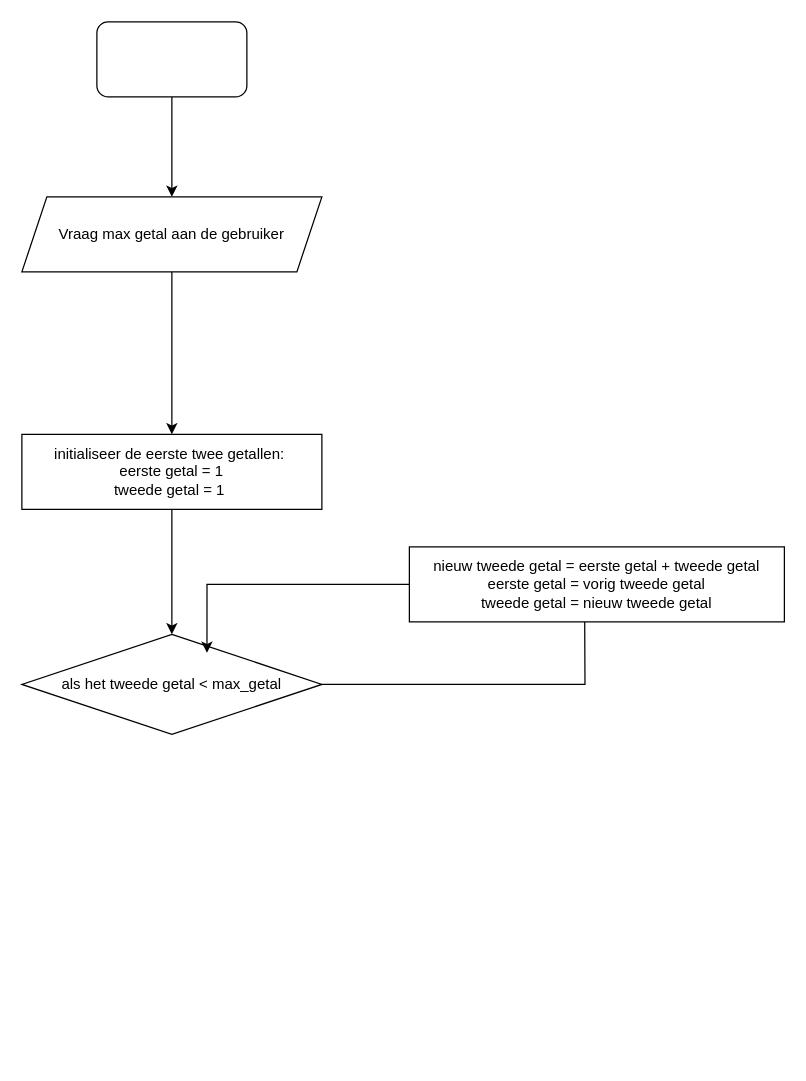
Before: Fibonacci.drawio in Gvandezande/DrawIO_tekeningen, a draw.io diagram. Source tidied: cells renumbered, new cells numbered last; positions are measured from the earlier drawing's top-left corner, leaving out a move shared by most shapes. Both pictures are drawn from the tidied source at 125%, with x=0, y=0 at pixel (21, 21).
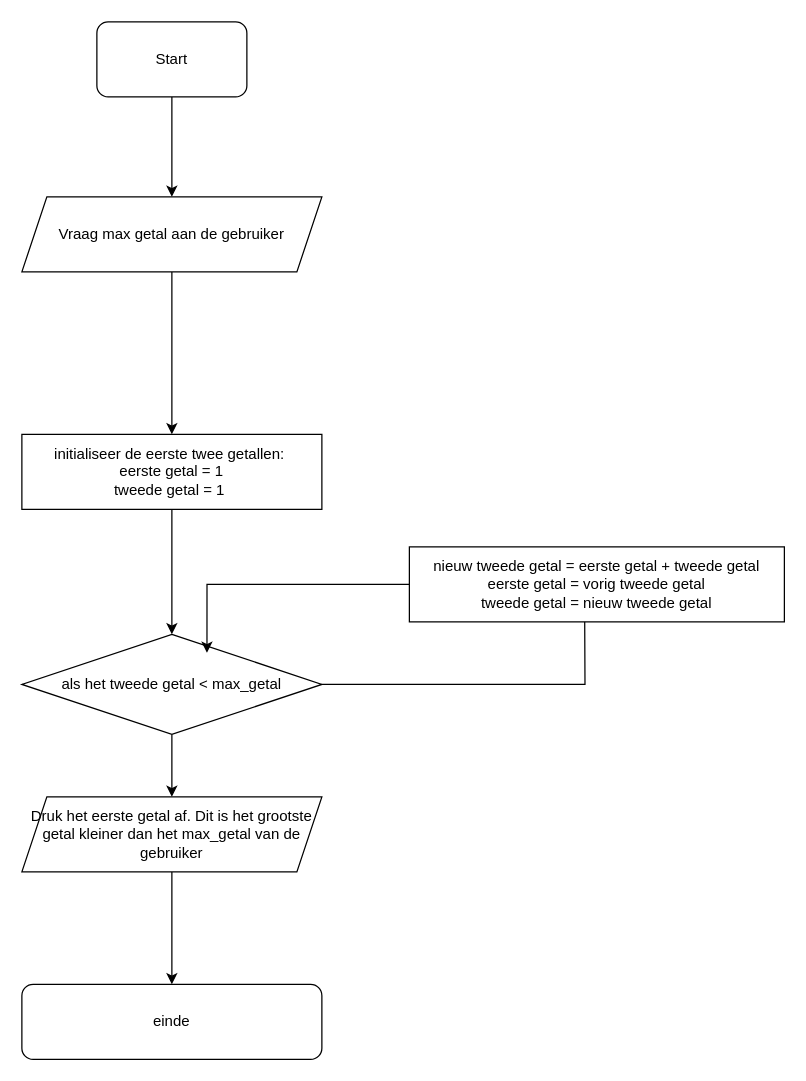
The same page after the edit.

Diff of the diagram source:
```diff
@@
 <mxGraphModel>
   <root>
     <mxCell id="0" />
     <mxCell id="1" parent="0" />
     <mxCell id="2" style="edgeStyle=orthogonalEdgeStyle;rounded=0;jettySize=auto;html=1;" parent="1" edge="1" source="3" target="5">
       <mxGeometry relative="1" as="geometry" />
     </mxCell>
-    <mxCell id="3" style="rounded=1;whiteSpace=wrap;html=1;" parent="1" vertex="1">
+    <mxCell id="3" value="Start" style="rounded=1;whiteSpace=wrap;html=1;" parent="1" vertex="1">
       <mxGeometry x="60" width="120" height="60" as="geometry" />
     </mxCell>
     <mxCell id="4" style="edgeStyle=orthogonalEdgeStyle;rounded=0;jettySize=auto;html=1;entryX=0.5;entryY=0;entryDx=0;entryDy=0;" parent="1" edge="1" source="5" target="10">
       <mxGeometry relative="1" as="geometry" />
     </mxCell>
     <mxCell id="5" value="Vraag max getal aan de gebruiker" style="shape=parallelogram;perimeter=parallelogramPerimeter;whiteSpace=wrap;html=1;fixedSize=1;" parent="1" vertex="1">
       <mxGeometry y="140" width="240" height="60" as="geometry" />
     </mxCell>
     <mxCell id="6" style="edgeStyle=orthogonalEdgeStyle;rounded=0;jettySize=auto;html=1;" parent="1" edge="1" source="7">
       <mxGeometry relative="1" as="geometry">
         <mxPoint x="450" y="420" as="targetPoint" />
       </mxGeometry>
     </mxCell>
+    <mxCell id="12" style="edgeStyle=orthogonalEdgeStyle;rounded=0;jettySize=auto;html=1;" parent="1" edge="1" source="7" target="14">
+      <mxGeometry relative="1" as="geometry" />
+    </mxCell>
     <mxCell id="7" value="als het tweede getal &amp;lt; max_getal" style="rhombus;whiteSpace=wrap;html=1;" parent="1" vertex="1">
       <mxGeometry y="490" width="240" height="80" as="geometry" />
     </mxCell>
     <mxCell id="8" style="edgeStyle=orthogonalEdgeStyle;rounded=0;jettySize=auto;html=1;" parent="1" edge="1" source="10" target="7">
       <mxGeometry relative="1" as="geometry">
         <Array as="points">
           <mxPoint x="120" y="410" />
           <mxPoint x="120" y="410" />
         </Array>
       </mxGeometry>
     </mxCell>
     <mxCell id="9" value="nieuw tweede getal = eerste getal + tweede getal&lt;div&gt;eerste getal = vorig tweede getal&lt;/div&gt;&lt;div&gt;tweede getal = nieuw tweede getal&lt;/div&gt;" style="rounded=0;whiteSpace=wrap;html=1;" parent="1" vertex="1">
       <mxGeometry x="310" y="420" width="300" height="60" as="geometry" />
     </mxCell>
     <mxCell id="10" value="initialiseer de eerste twee getallen:&amp;nbsp;&lt;div&gt;eerste getal = 1&lt;/div&gt;&lt;div&gt;tweede getal = 1&amp;nbsp;&lt;/div&gt;" style="rounded=0;whiteSpace=wrap;html=1;" parent="1" vertex="1">
       <mxGeometry y="330" width="240" height="60" as="geometry" />
     </mxCell>
     <mxCell id="11" style="edgeStyle=orthogonalEdgeStyle;rounded=0;jettySize=auto;html=1;entryX=0.617;entryY=0.185;entryDx=0;entryDy=0;entryPerimeter=0;" parent="1" edge="1" source="9" target="7">
       <mxGeometry relative="1" as="geometry" />
     </mxCell>
+    <mxCell id="13" style="edgeStyle=orthogonalEdgeStyle;rounded=0;jettySize=auto;html=1;" parent="1" edge="1" source="14" target="15">
+      <mxGeometry relative="1" as="geometry" />
+    </mxCell>
+    <mxCell id="14" value="Druk het eerste getal af. Dit is het grootste getal kleiner dan het max_getal van de gebruiker" style="shape=parallelogram;perimeter=parallelogramPerimeter;whiteSpace=wrap;html=1;fixedSize=1;" parent="1" vertex="1">
+      <mxGeometry y="620" width="240" height="60" as="geometry" />
+    </mxCell>
+    <mxCell id="15" value="einde" style="rounded=1;whiteSpace=wrap;html=1;" parent="1" vertex="1">
+      <mxGeometry y="770" width="240" height="60" as="geometry" />
+    </mxCell>
   </root>
 </mxGraphModel>
```
